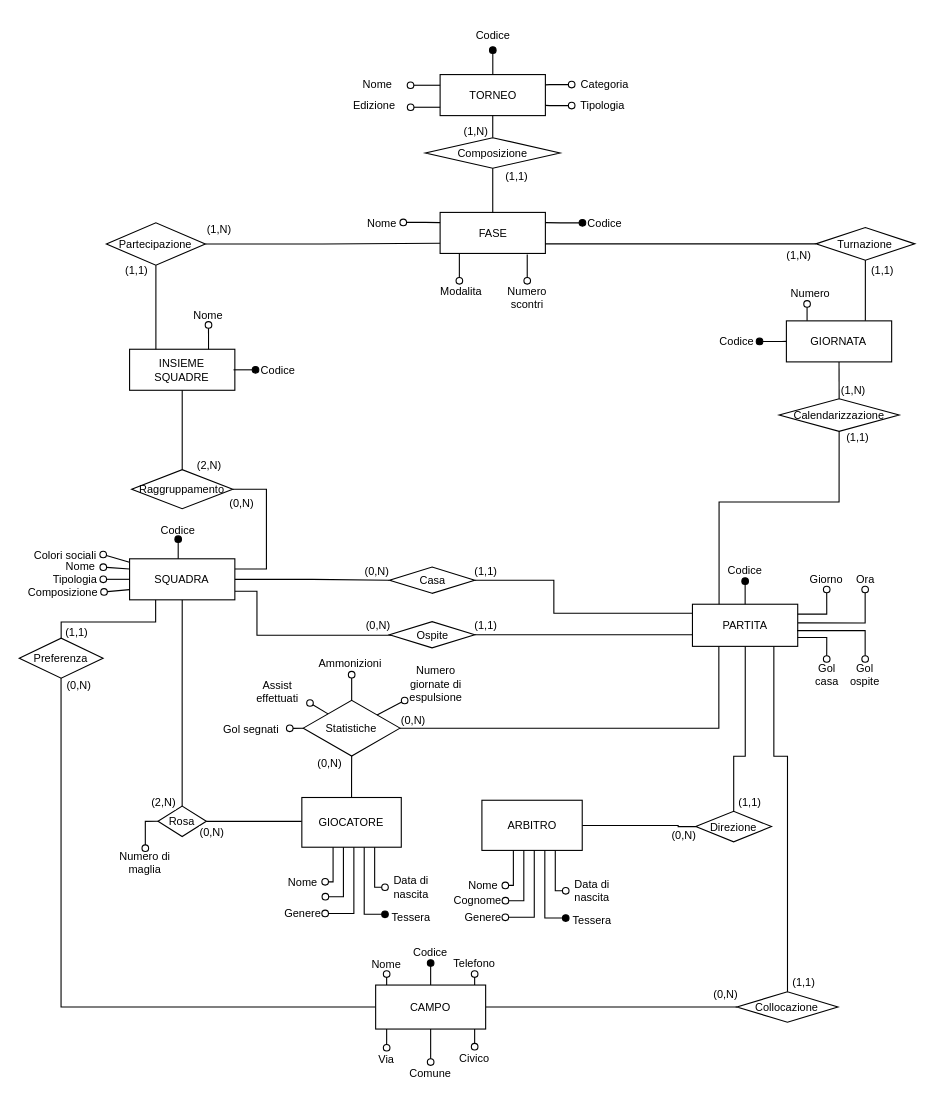
Earlier version of the draw.io diagram page "Logic" (2 of 4) of bdsi-prog-2023.drawio (dichohnf/bdsi_2022-23). Source tidied: cells renumbered, new cells numbered last; positions are measured from the earlier drawing's top-left corner, leaving out a move shared by most shapes. Both pictures are drawn from the tidied source at 110%, with x=0, y=0 at pixel (19, 19).
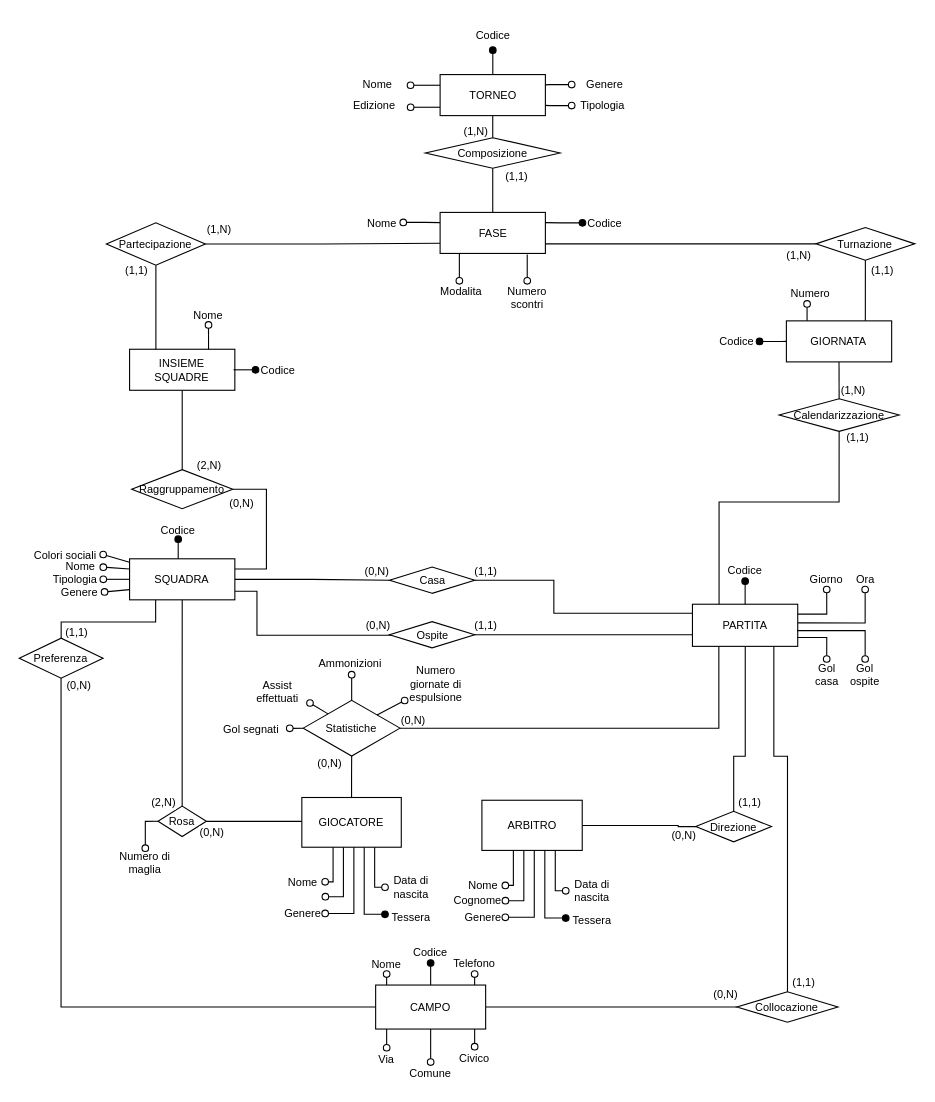
Above is the later version.

Unchanged cells that the change refers to:
```xml
<mxCell id="140" style="group;fontSize=10;" parent="139" vertex="1">
  <mxGeometry y="27.8" width="162.7" height="43" as="geometry" />
</mxCell>
```

Change to the diagram source:
```diff
@@
-    <mxCell id="4" value="&lt;div style=&quot;font-size: 10px;&quot;&gt;&lt;font style=&quot;font-size: 10px;&quot;&gt;Categoria&lt;/font&gt;&lt;/div&gt;" style="text;strokeColor=none;align=center;fillColor=none;html=1;verticalAlign=middle;whiteSpace=wrap;rounded=0;fontSize=10;" parent="1" vertex="1">
+    <mxCell id="4" value="&lt;div style=&quot;font-size: 10px;&quot;&gt;&lt;font style=&quot;font-size: 10px;&quot;&gt;Genere&lt;/font&gt;&lt;/div&gt;" style="text;strokeColor=none;align=center;fillColor=none;html=1;verticalAlign=middle;whiteSpace=wrap;rounded=0;fontSize=10;" parent="1" vertex="1">
       <mxGeometry x="502.2" y="50.3" width="61.2" height="18.1" as="geometry" />
     </mxCell>
@@
-    <mxCell id="146" value="&lt;div style=&quot;font-size: 10px;&quot;&gt;&lt;font style=&quot;font-size: 10px;&quot;&gt;Composizione&lt;/font&gt;&lt;/div&gt;" style="text;strokeColor=none;align=center;fillColor=none;html=1;verticalAlign=middle;whiteSpace=wrap;rounded=0;fontSize=10;" parent="140" vertex="1">
-      <mxGeometry x="-31" y="21.1" width="76" height="18.1" as="geometry" />
+    <mxCell id="146" value="&lt;div style=&quot;font-size: 10px;&quot;&gt;&lt;font style=&quot;font-size: 10px;&quot;&gt;Genere&lt;/font&gt;&lt;/div&gt;" style="text;strokeColor=none;align=center;fillColor=none;html=1;verticalAlign=middle;whiteSpace=wrap;rounded=0;fontSize=10;" parent="140" vertex="1">
+      <mxGeometry x="-1" y="21.1" width="46" height="18.1" as="geometry" />
     </mxCell>
```
